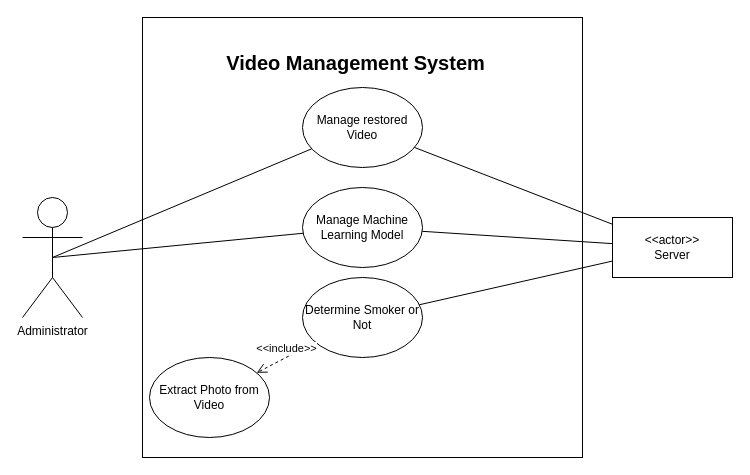
The draw.io diagram UseCase1.drawio in sogongteam14/doc, before the edit. Source tidied: cells renumbered, new cells numbered last; positions are measured from the earlier drawing's top-left corner, leaving out a move shared by most shapes. Both pictures are drawn from the tidied source at 100%, with x=0, y=0 at pixel (22, 17).
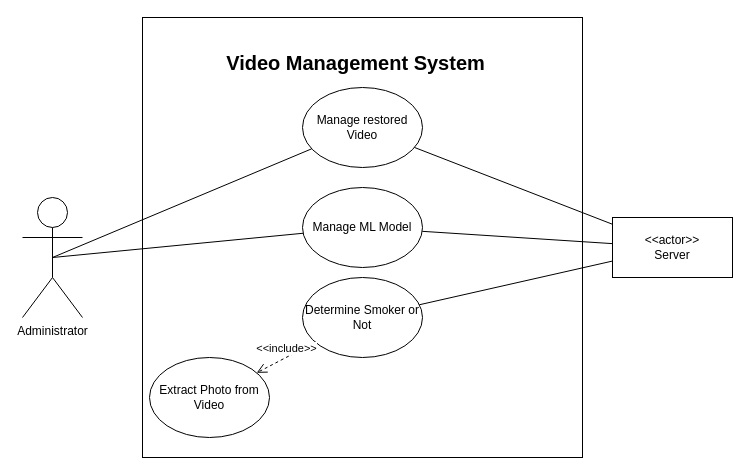
After the change.

The edit, as a diff of the source:
```diff
@@
 <mxGraphModel>
   <root>
     <mxCell id="0" />
     <mxCell id="1" parent="0" />
     <mxCell id="2" style="rounded=0;whiteSpace=wrap;html=1;" parent="1" vertex="1">
       <mxGeometry x="120" width="440" height="440" as="geometry" />
     </mxCell>
     <mxCell id="3" value="Administrator" style="shape=umlActor;verticalLabelPosition=bottom;labelBackgroundColor=#ffffff;verticalAlign=top;html=1;outlineConnect=0;" parent="1" vertex="1">
       <mxGeometry y="180" width="60" height="120" as="geometry" />
     </mxCell>
     <mxCell id="4" value="&lt;b&gt;&lt;font style=&quot;font-size: 20px&quot;&gt;Video Management System&lt;/font&gt;&lt;/b&gt;" style="text;html=1;strokeColor=none;fillColor=none;align=center;verticalAlign=middle;whiteSpace=wrap;rounded=0;" parent="1" vertex="1">
       <mxGeometry x="127" y="10" width="413" height="70" as="geometry" />
     </mxCell>
     <mxCell id="5" value="&lt;div&gt;&amp;lt;&amp;lt;actor&amp;gt;&amp;gt;&lt;/div&gt;&lt;div&gt;Server&lt;br&gt;&lt;/div&gt;" style="rounded=0;whiteSpace=wrap;html=1;" parent="1" vertex="1">
       <mxGeometry x="590" y="200" width="120" height="60" as="geometry" />
     </mxCell>
     <mxCell id="6" value="Manage restored&lt;br&gt;Video&lt;br&gt;" style="ellipse;whiteSpace=wrap;html=1;" parent="1" vertex="1">
       <mxGeometry x="280" y="70" width="120" height="80" as="geometry" />
     </mxCell>
     <mxCell id="7" style="endArrow=none;html=1;" parent="1" edge="1" source="6" target="5">
       <mxGeometry relative="1" as="geometry" />
     </mxCell>
     <mxCell id="8" value="Extract Photo from Video" style="ellipse;whiteSpace=wrap;html=1;" parent="1" vertex="1">
       <mxGeometry x="127" y="340" width="120" height="80" as="geometry" />
     </mxCell>
     <mxCell id="9" style="endArrow=none;html=1;exitX=0.5;exitY=0.5;exitDx=0;exitDy=0;exitPerimeter=0;" parent="1" edge="1" source="3" target="6">
       <mxGeometry relative="1" as="geometry" />
     </mxCell>
     <mxCell id="10" value="Determine Smoker or Not" style="ellipse;whiteSpace=wrap;html=1;" parent="1" vertex="1">
       <mxGeometry x="280" y="260" width="120" height="80" as="geometry" />
     </mxCell>
     <mxCell id="11" value="&amp;lt;&amp;lt;include&amp;gt;&amp;gt;" style="html=1;verticalAlign=bottom;endArrow=open;dashed=1;endSize=8;" parent="1" edge="1" source="10" target="8">
       <mxGeometry relative="1" as="geometry" />
     </mxCell>
     <mxCell id="12" style="endArrow=none;html=1;" parent="1" edge="1" source="10" target="5">
       <mxGeometry relative="1" as="geometry" />
     </mxCell>
-    <mxCell id="13" value="Manage Machine Learning Model&lt;br&gt;" style="ellipse;whiteSpace=wrap;html=1;" parent="1" vertex="1">
+    <mxCell id="13" value="Manage ML Model&lt;br&gt;" style="ellipse;whiteSpace=wrap;html=1;" parent="1" vertex="1">
       <mxGeometry x="280" y="170" width="120" height="80" as="geometry" />
     </mxCell>
     <mxCell id="14" style="endArrow=none;html=1;" parent="1" edge="1" source="13" target="5">
       <mxGeometry relative="1" as="geometry" />
     </mxCell>
     <mxCell id="15" style="endArrow=none;html=1;entryX=0.5;entryY=0.5;entryDx=0;entryDy=0;entryPerimeter=0;" parent="1" edge="1" source="13" target="3">
       <mxGeometry relative="1" as="geometry" />
     </mxCell>
   </root>
 </mxGraphModel>
```
